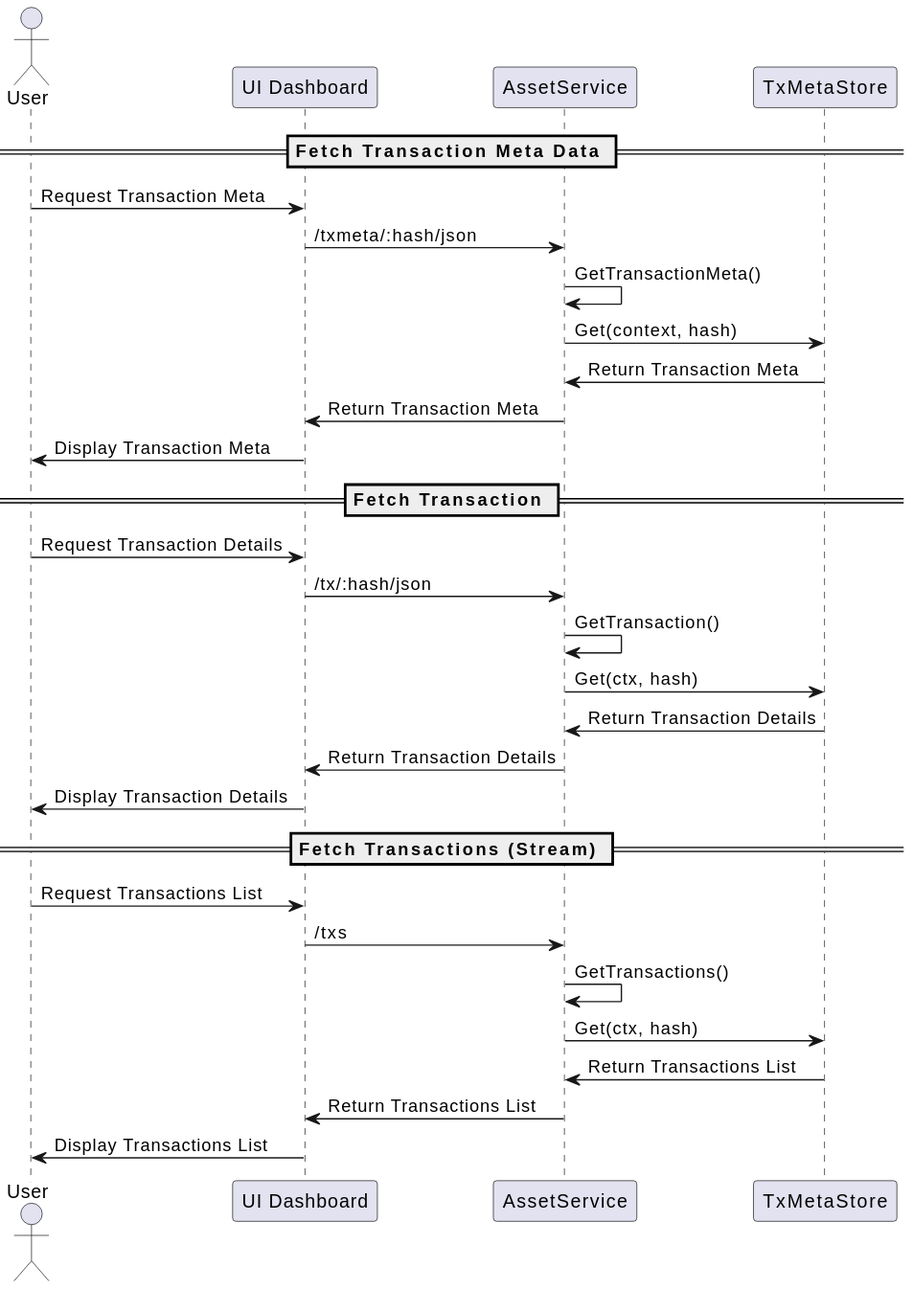
The PlantUML diagram docs/services/img/plantuml/txmeta/tx_meta_asset_service_diagram.svg in freemans13/teranode, before a commit. Its source is kept beside it as docs/services/img/plantuml/txmeta/tx_meta_asset_service_diagram.puml.
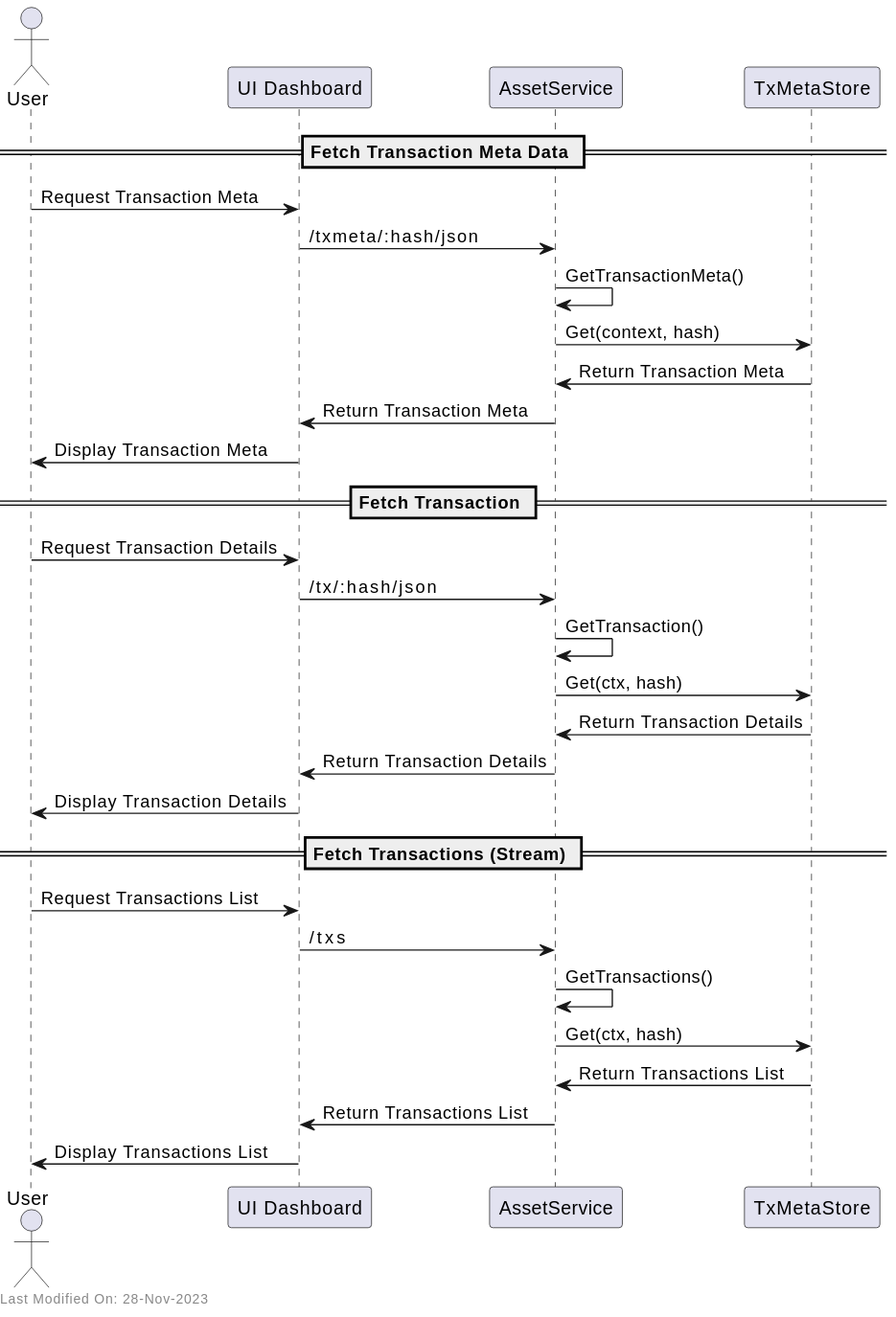
Later version of the same file.

Diff of the diagram source:
```diff
@@ -31,5 +31,6 @@
 AssetService -> UIDashboard: Return Transactions List
 UIDashboard -> User: Display Transactions List
 
+left footer Last Modified On: 28-Nov-2023
 
 @enduml
```
